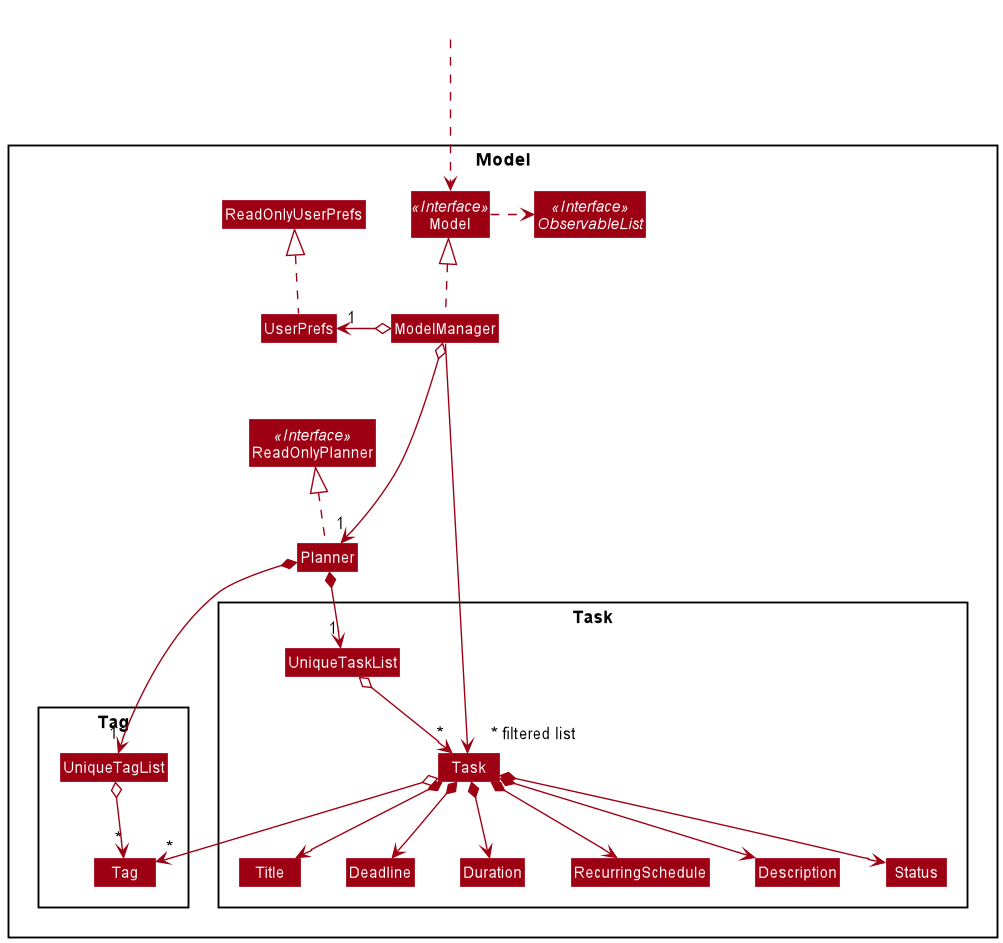
nus-cs2103-AY2021S2/tp keeps this PlantUML diagram as docs/images/ModelClassDiagram.png. Above is the earlier version.
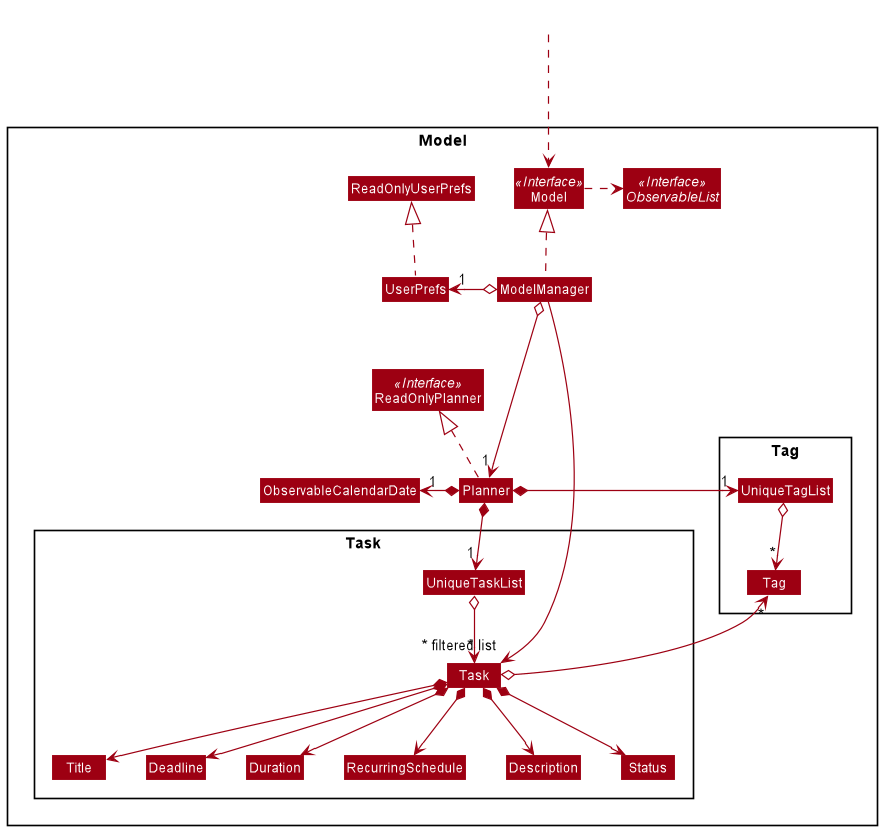
The same diagram one commit later.

What changed in the source:
```diff
@@ -14,6 +14,7 @@
 Class ModelManager
 Class UserPrefs
 Class ReadOnlyUserPrefs
+Class ObservableCalendarDate
 
 Package Task {
 Class Task
@@ -43,9 +44,10 @@
 ModelManager o-left-> "1" UserPrefs
 UserPrefs .up.|> ReadOnlyUserPrefs
 
+Planner *-left-> "1" ObservableCalendarDate
 Planner *--> "1" UniqueTaskList
 UniqueTaskList o--> "*" Task
-Planner *--> "1" UniqueTagList
+Planner *-left-> "1" UniqueTagList
 UniqueTagList o--> "*" Tag
 Task *--> Title
 Task *--> Deadline
```
